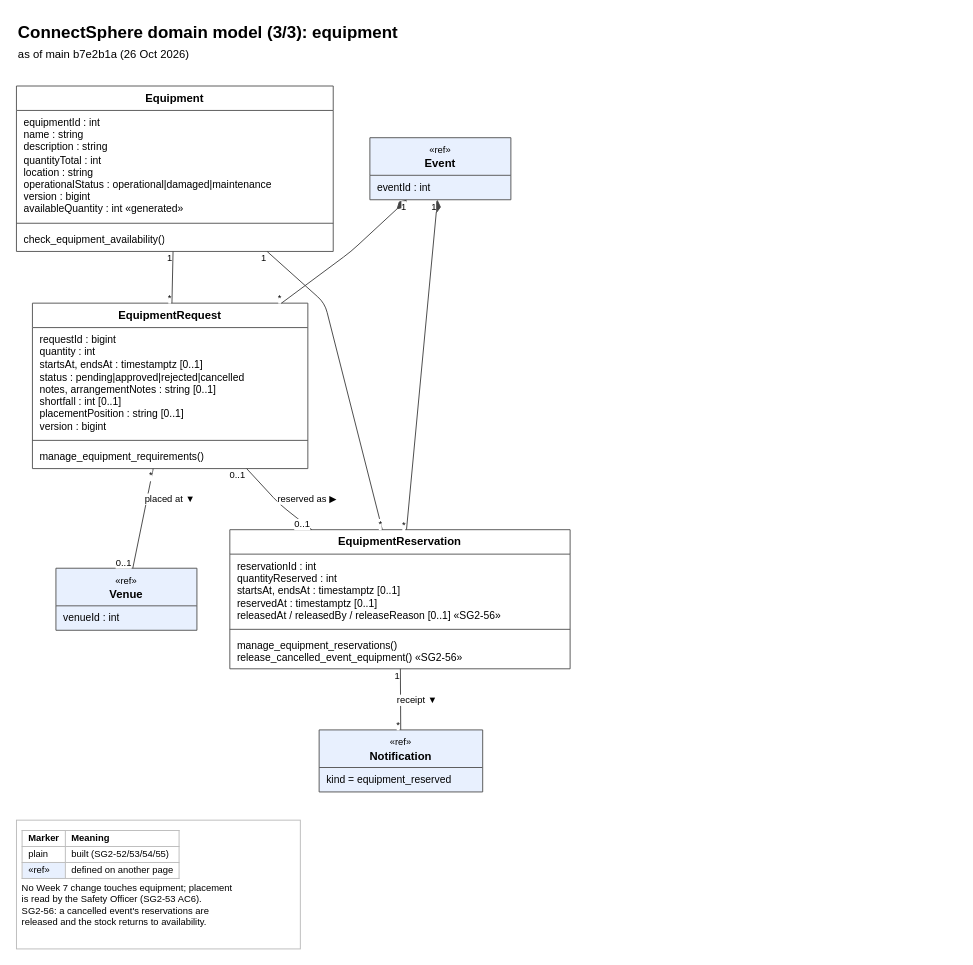
The draw.io diagram page "Class (3/3): equipment" (3 of 3) of docs/design/class-diagram.drawio in tayelroy/Team2-SPM, before the edit. Source tidied: cells renumbered, new cells numbered last; positions are measured from the earlier drawing's top-left corner, leaving out a move shared by most shapes. Both pictures are drawn from the tidied source at 94%, with x=0, y=0 at pixel (16, 16).
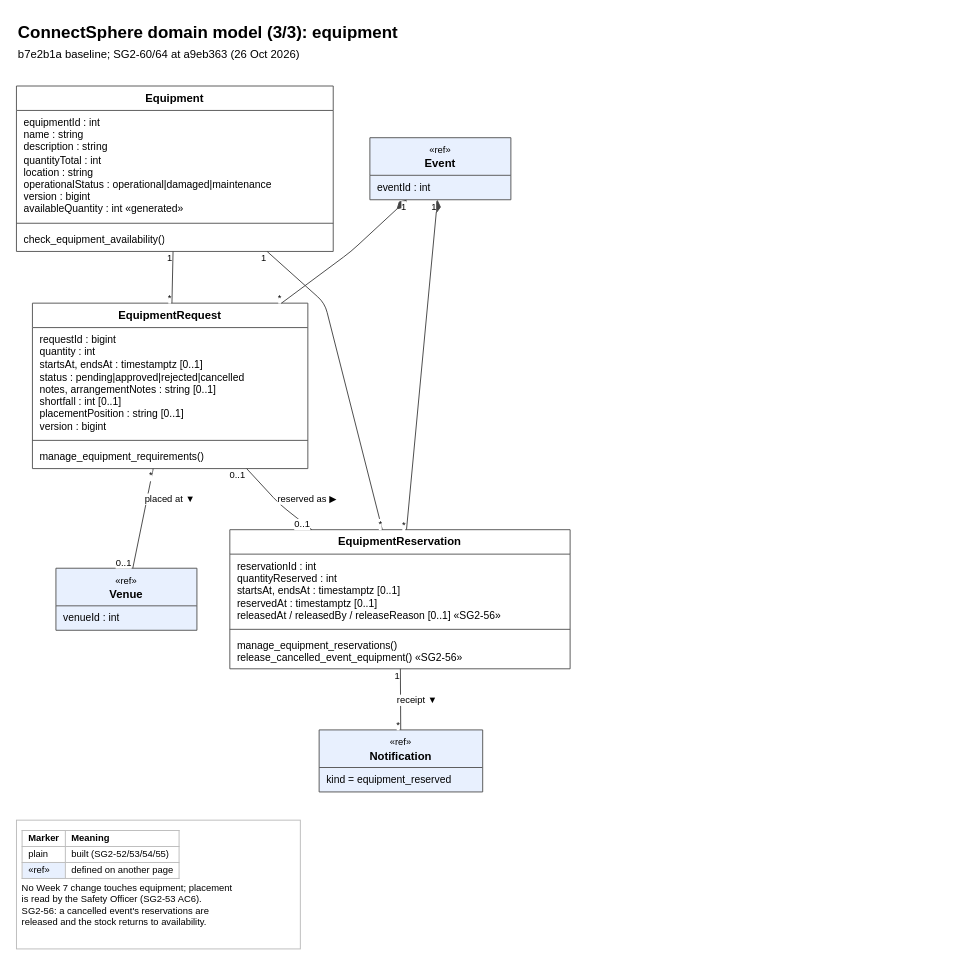
After the change.

Change to the diagram source:
```diff
@@
-    <mxCell id="2" value="&lt;b&gt;ConnectSphere domain model (3/3): equipment&lt;/b&gt;&lt;br&gt;&lt;font style=&quot;font-size:12px&quot;&gt;as of main b7e2b1a (26 Oct 2026)&lt;/font&gt;" style="text;html=1;align=left;verticalAlign=top;fontSize=18;whiteSpace=wrap;" parent="1" vertex="1">
+    <mxCell id="2" value="&lt;b&gt;ConnectSphere domain model (3/3): equipment&lt;/b&gt;&lt;br&gt;&lt;font style=&quot;font-size:12px&quot;&gt;b7e2b1a baseline; SG2-60/64 at a9eb363 (26 Oct 2026)&lt;/font&gt;" style="text;html=1;align=left;verticalAlign=top;fontSize=18;whiteSpace=wrap;" parent="1" vertex="1">
       <mxGeometry width="1000" height="60" as="geometry" />
     </mxCell>
```
